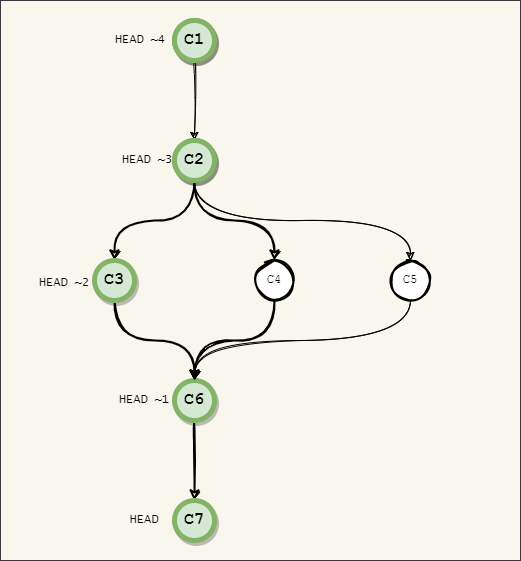
Before: Assets/images/git-selectors-tilde.png, a diagram exported from draw.io (braboj/tutorial-git). Source tidied: cells renumbered, new cells last; positions are measured from the earlier drawing's top-left corner, leaving out a move shared by most shapes.
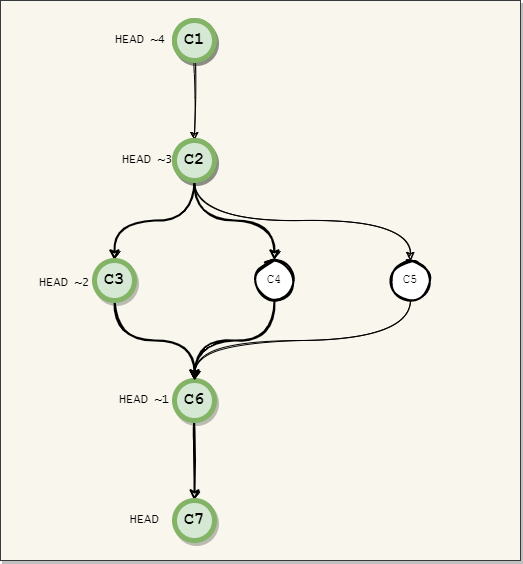
After the change.

Diff of the diagram source:
```diff
@@ -2,7 +2,7 @@
   <root>
     <mxCell id="0" />
     <mxCell id="1" parent="0" />
-    <mxCell id="2" style="whiteSpace=wrap;html=1;shadow=0;fillStyle=auto;sketch=0;fillColor=#f9f7ed;strokeColor=#36393d;" parent="1" vertex="1">
+    <mxCell id="2" style="whiteSpace=wrap;html=1;shadow=1;fillStyle=auto;sketch=0;fillColor=#f9f7ed;strokeColor=#36393d;" parent="1" vertex="1">
       <mxGeometry width="520" height="560" as="geometry" />
     </mxCell>
     <mxCell id="3" style="edgeStyle=orthogonalEdgeStyle;jettySize=auto;html=1;exitX=0.5;exitY=1;exitDx=0;exitDy=0;sketch=1;curved=1;" parent="1" edge="1" source="15" target="7">
```
